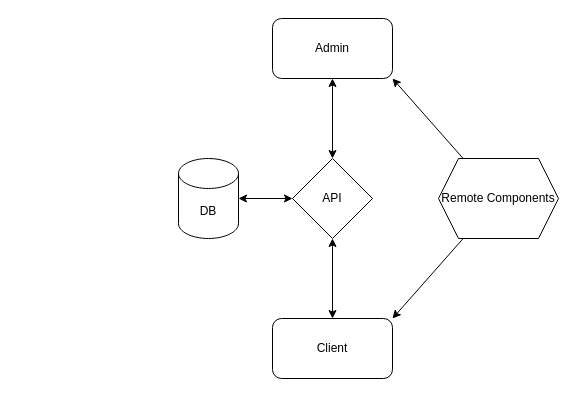
The draw.io diagram documentation/diagrams/service-architecture.drawio in reload/display-dev, before the edit. Source tidied: cells renumbered, new cells numbered last; positions are measured from the earlier drawing's top-left corner, leaving out a move shared by most shapes. Both pictures are drawn from the tidied source at 100%, with x=0, y=0 at pixel (178, 18).
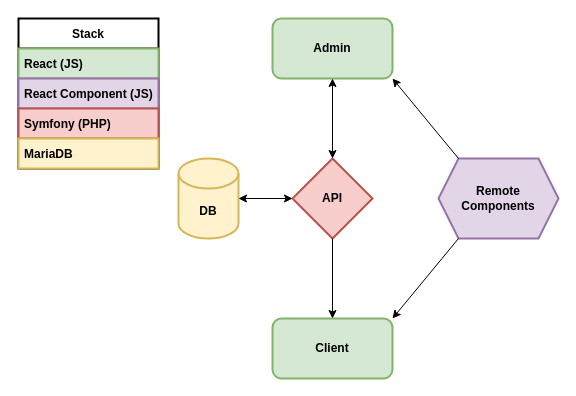
Above is the later version.

Commit message (it also covers changes not shown here):
add template and screens to dev setup + new draw.io

Change to the diagram source:
```diff
@@
 <mxGraphModel>
   <root>
     <mxCell id="0" />
     <mxCell id="1" parent="0" />
-    <mxCell id="2" value="Admin" style="rounded=1;whiteSpace=wrap;html=1;" parent="1" vertex="1">
+    <mxCell id="2" value="&lt;b&gt;Admin&lt;/b&gt;" style="rounded=1;whiteSpace=wrap;html=1;strokeWidth=2;fillColor=#d5e8d4;strokeColor=#82b366;" parent="1" vertex="1">
       <mxGeometry x="94" width="120" height="60" as="geometry" />
     </mxCell>
-    <mxCell id="3" value="Client" style="rounded=1;whiteSpace=wrap;html=1;" parent="1" vertex="1">
+    <mxCell id="3" value="&lt;b&gt;Client&lt;/b&gt;" style="rounded=1;whiteSpace=wrap;html=1;strokeWidth=2;fillColor=#d5e8d4;strokeColor=#82b366;" parent="1" vertex="1">
       <mxGeometry x="94" y="300" width="120" height="60" as="geometry" />
     </mxCell>
-    <mxCell id="4" value="Remote Components" style="shape=hexagon;perimeter=hexagonPerimeter2;whiteSpace=wrap;html=1;fixedSize=1;" parent="1" vertex="1">
+    <mxCell id="4" value="&lt;b&gt;Remote Components&lt;/b&gt;" style="shape=hexagon;perimeter=hexagonPerimeter2;whiteSpace=wrap;html=1;fixedSize=1;fillColor=#e1d5e7;strokeColor=#9673a6;strokeWidth=2;" parent="1" vertex="1">
       <mxGeometry x="260" y="140" width="120" height="80" as="geometry" />
     </mxCell>
-    <mxCell id="5" value="DB" style="shape=cylinder3;whiteSpace=wrap;html=1;boundedLbl=1;backgroundOutline=1;size=15;" parent="1" vertex="1">
+    <mxCell id="5" value="&lt;b&gt;DB&lt;/b&gt;" style="shape=cylinder3;whiteSpace=wrap;html=1;boundedLbl=1;backgroundOutline=1;size=15;strokeWidth=2;fillColor=#fff2cc;strokeColor=#d6b656;" parent="1" vertex="1">
       <mxGeometry y="140" width="60" height="80" as="geometry" />
     </mxCell>
-    <mxCell id="6" value="API" style="rhombus;whiteSpace=wrap;html=1;" parent="1" vertex="1">
+    <mxCell id="6" value="&lt;b&gt;API&lt;/b&gt;" style="rhombus;whiteSpace=wrap;html=1;fillColor=#F8CECC;strokeColor=#b85450;strokeWidth=2;" parent="1" vertex="1">
       <mxGeometry x="114" y="140" width="80" height="80" as="geometry" />
     </mxCell>
-    <mxCell id="7" style="endArrow=classic;html=1;rounded=0;entryX=1;entryY=1;entryDx=0;entryDy=0;" parent="1" edge="1" source="4" target="2">
-      <mxGeometry relative="1" as="geometry" />
+    <mxCell id="7" style="endArrow=classic;html=1;rounded=0;entryX=1;entryY=1;entryDx=0;entryDy=0;" parent="1" edge="1" target="2">
+      <mxGeometry relative="1" as="geometry">
+        <mxPoint x="280" y="140" as="sourcePoint" />
+      </mxGeometry>
     </mxCell>
-    <mxCell id="8" style="endArrow=classic;html=1;rounded=0;entryX=1;entryY=0;entryDx=0;entryDy=0;" parent="1" edge="1" source="4" target="3">
-      <mxGeometry relative="1" as="geometry" />
+    <mxCell id="8" style="endArrow=classic;html=1;rounded=0;entryX=1;entryY=0;entryDx=0;entryDy=0;" parent="1" edge="1" target="3">
+      <mxGeometry relative="1" as="geometry">
+        <mxPoint x="280" y="220" as="sourcePoint" />
+      </mxGeometry>
     </mxCell>
-    <mxCell id="9" style="endArrow=classic;startArrow=classic;html=1;rounded=0;entryX=0.5;entryY=1;entryDx=0;entryDy=0;" parent="1" edge="1" source="3" target="6">
+    <mxCell id="9" style="endArrow=none;startArrow=classic;html=1;rounded=0;endFill=0;entryX=0.5;entryY=1;entryDx=0;entryDy=0;" parent="1" edge="1" source="3" target="6">
       <mxGeometry relative="1" as="geometry" />
     </mxCell>
     <mxCell id="10" style="endArrow=classic;startArrow=classic;html=1;rounded=0;entryX=0.5;entryY=1;entryDx=0;entryDy=0;" parent="1" edge="1">
       <mxGeometry relative="1" as="geometry">
         <mxPoint x="154" y="140" as="sourcePoint" />
         <mxPoint x="154" y="60" as="targetPoint" />
       </mxGeometry>
     </mxCell>
     <mxCell id="11" style="endArrow=classic;startArrow=classic;html=1;rounded=0;exitX=0;exitY=0.5;exitDx=0;exitDy=0;" parent="1" edge="1" source="6">
       <mxGeometry relative="1" as="geometry">
         <mxPoint x="60" y="180" as="targetPoint" />
       </mxGeometry>
     </mxCell>
+    <mxCell id="12" value="Stack" style="swimlane;fontStyle=1;horizontal=1;startSize=30;labelBackgroundColor=none;fontColor=#000000;strokeWidth=2;" parent="1" vertex="1">
+      <mxGeometry x="-160" width="140" height="150" as="geometry" />
+    </mxCell>
+    <mxCell id="13" value="React (JS)" style="text;strokeColor=#82b366;fillColor=#d5e8d4;align=left;verticalAlign=middle;spacingLeft=4;spacingRight=4;overflow=hidden;labelBackgroundColor=#D5E8D4;strokeWidth=2;fontStyle=1;" parent="12" vertex="1">
+      <mxGeometry y="30" width="140" height="30" as="geometry" />
+    </mxCell>
+    <mxCell id="14" value="React Component (JS)" style="text;strokeColor=#9673a6;fillColor=#e1d5e7;align=left;verticalAlign=middle;spacingLeft=4;spacingRight=4;overflow=hidden;labelBackgroundColor=none;strokeWidth=2;fontStyle=1;" parent="12" vertex="1">
+      <mxGeometry y="60" width="140" height="30" as="geometry" />
+    </mxCell>
+    <mxCell id="15" value="Symfony (PHP)" style="text;strokeColor=#b85450;fillColor=#f8cecc;align=left;verticalAlign=middle;spacingLeft=4;spacingRight=4;overflow=hidden;labelBackgroundColor=#F8CECC;strokeWidth=2;fontStyle=1;" parent="12" vertex="1">
+      <mxGeometry y="90" width="140" height="30" as="geometry" />
+    </mxCell>
+    <mxCell id="16" value="MariaDB" style="text;strokeColor=#d6b656;fillColor=#fff2cc;align=left;verticalAlign=middle;spacingLeft=4;spacingRight=4;overflow=hidden;labelBackgroundColor=none;strokeWidth=2;fontStyle=1;" parent="12" vertex="1">
+      <mxGeometry y="120" width="140" height="30" as="geometry" />
+    </mxCell>
   </root>
 </mxGraphModel>
```
